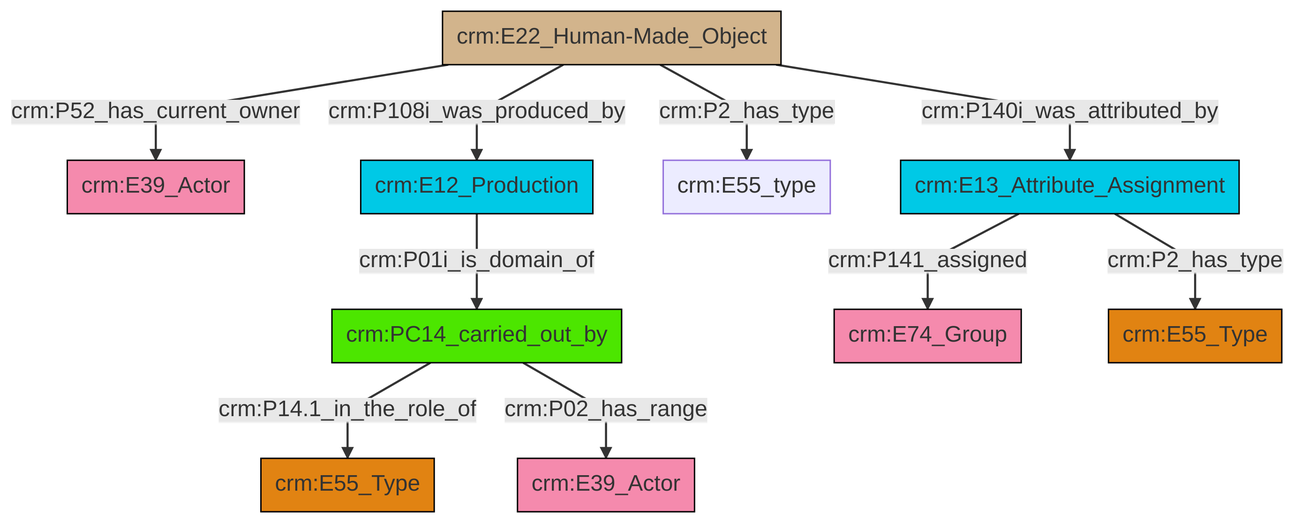
Earlier version of the Mermaid export et/builtWorkCSV/ttl/mmd/png/Built_Work_actor_relations.png (swiss-art-research-net/reference-data-models). Its source is kept beside it as et/builtWorkCSV/ttl/mmd/Built_Work_actor_relations.ttl.mmd.
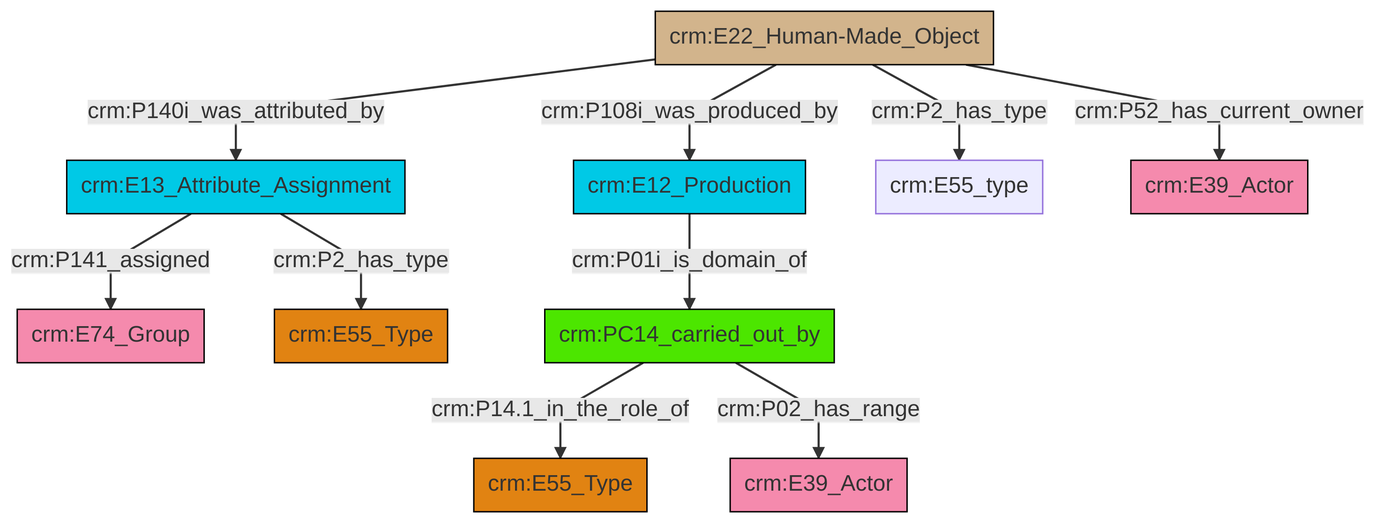
After the change.

The edit, as a diff of the source:
```diff
@@ -13,12 +13,12 @@
 classDef PC_Classes fill:#4ce600, stroke:#000000;
 classDef Multi fill:#cccccc,stroke:#000000;
 
-0["crm:E22_Human-Made_Object"]:::Physical_Thing -->|crm:P52_has_current_owner| 1["crm:E39_Actor"]:::Actor
-5["crm:PC14_carried_out_by"]:::PC_Classes -->|crm:P14.1_in_the_role_of| 6["crm:E55_Type"]:::Type
-5["crm:PC14_carried_out_by"]:::PC_Classes -->|crm:P02_has_range| 7["crm:E39_Actor"]:::Actor
-0["crm:E22_Human-Made_Object"]:::Physical_Thing -->|crm:P108i_was_produced_by| 10["crm:E12_Production"]:::Temporal_Entity
-10["crm:E12_Production"]:::Temporal_Entity -->|crm:P01i_is_domain_of| 5["crm:PC14_carried_out_by"]:::PC_Classes
+0["crm:E22_Human-Made_Object"]:::Physical_Thing -->|crm:P108i_was_produced_by| 1["crm:E12_Production"]:::Temporal_Entity
+2["crm:E13_Attribute_Assignment"]:::Temporal_Entity -->|crm:P141_assigned| 3["crm:E74_Group"]:::Actor
 0["crm:E22_Human-Made_Object"]:::Physical_Thing -->|crm:P140i_was_attributed_by| 2["crm:E13_Attribute_Assignment"]:::Temporal_Entity
-2["crm:E13_Attribute_Assignment"]:::Temporal_Entity -->|crm:P141_assigned| 12["crm:E74_Group"]:::Actor
-2["crm:E13_Attribute_Assignment"]:::Temporal_Entity -->|crm:P2_has_type| 14["crm:E55_Type"]:::Type
-0["crm:E22_Human-Made_Object"]:::Physical_Thing -->|crm:P2_has_type| 8["crm:E55_type"]:::Default
+1["crm:E12_Production"]:::Temporal_Entity -->|crm:P01i_is_domain_of| 13["crm:PC14_carried_out_by"]:::PC_Classes
+0["crm:E22_Human-Made_Object"]:::Physical_Thing -->|crm:P52_has_current_owner| 11["crm:E39_Actor"]:::Actor
+13["crm:PC14_carried_out_by"]:::PC_Classes -->|crm:P14.1_in_the_role_of| 17["crm:E55_Type"]:::Type
+0["crm:E22_Human-Made_Object"]:::Physical_Thing -->|crm:P2_has_type| 4["crm:E55_type"]:::Default
+2["crm:E13_Attribute_Assignment"]:::Temporal_Entity -->|crm:P2_has_type| 7["crm:E55_Type"]:::Type
+13["crm:PC14_carried_out_by"]:::PC_Classes -->|crm:P02_has_range| 9["crm:E39_Actor"]:::Actor
```
